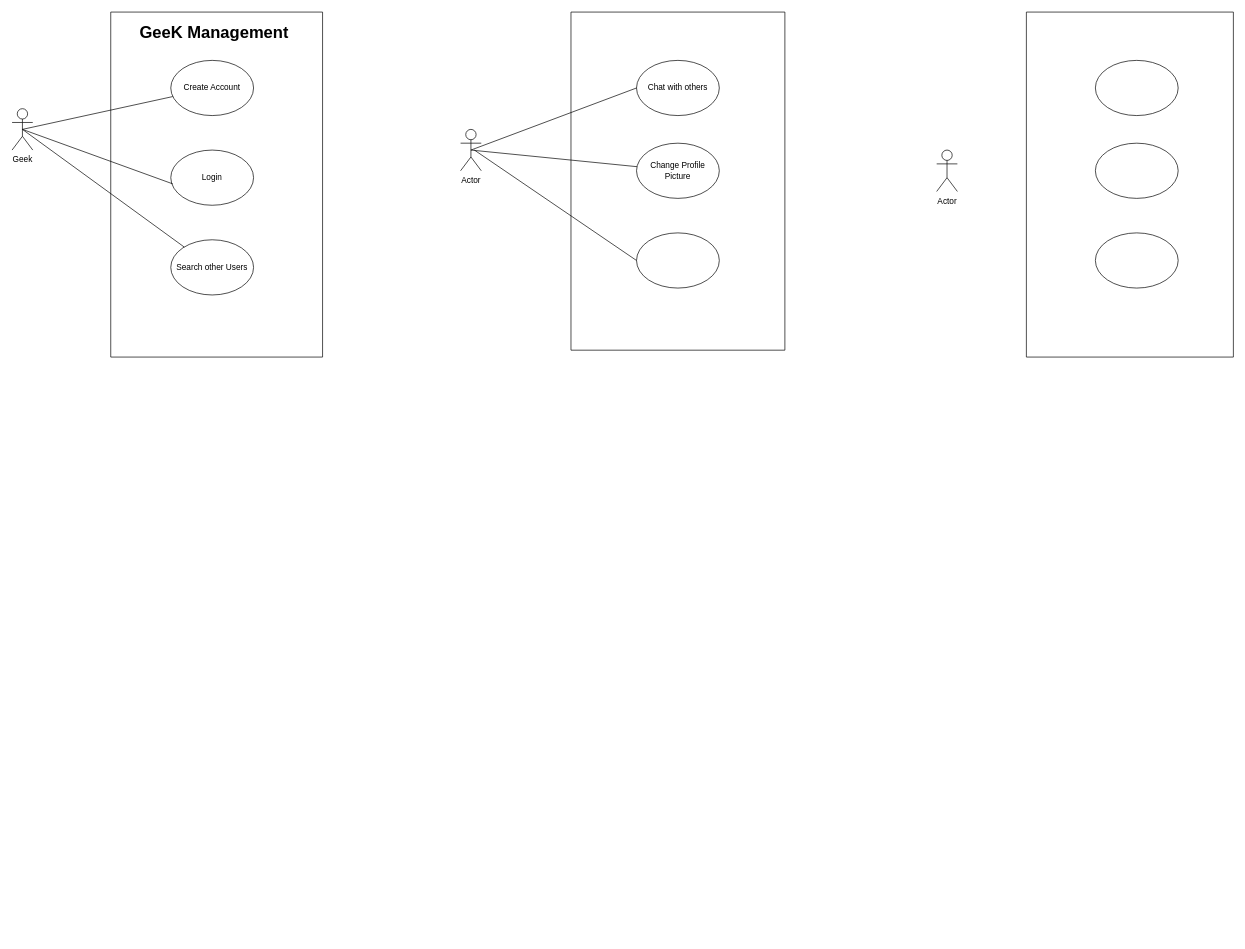
This is Deliverable_One.drawio from Keikantswe/Deliverable_One, a draw.io file, before an edit. Source tidied: cells renumbered, new cells numbered last; positions are measured from the earlier drawing's top-left corner, leaving out a move shared by most shapes. Both pictures are drawn from the tidied source at 69%, with x=0, y=0 at pixel (12, 12).
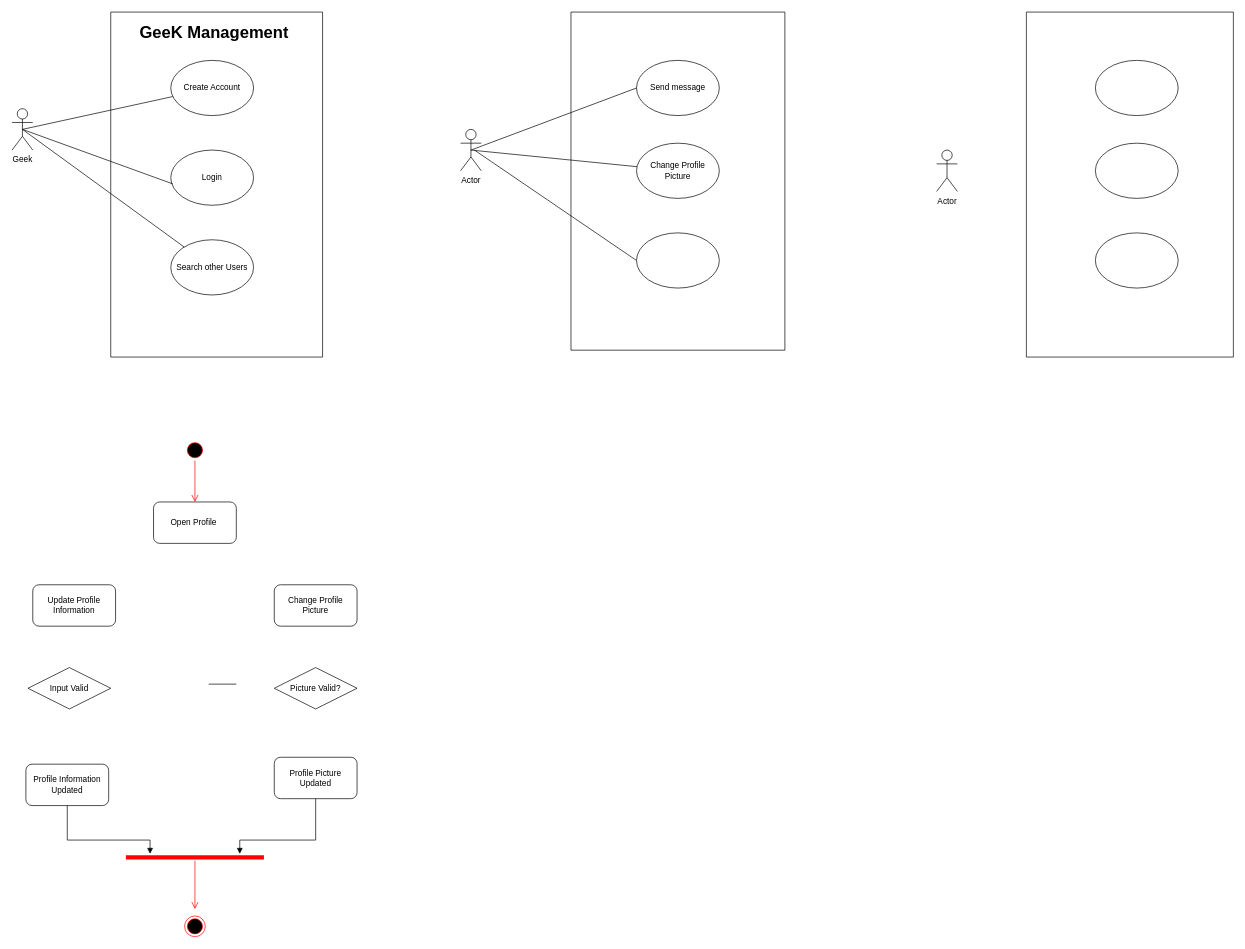
Above is the later version.

Unchanged cells that the change refers to:
```xml
<mxCell id="12" style="swimlane;startSize=0;" parent="1" vertex="1">
  <mxGeometry x="810" width="310" height="490" as="geometry" />
</mxCell>
```

Diff of the diagram source:
```diff
@@
-    <mxCell id="13" value="Chat with others" style="ellipse;whiteSpace=wrap;html=1;" parent="12" vertex="1">
+    <mxCell id="13" value="Send message" style="ellipse;whiteSpace=wrap;html=1;" parent="12" vertex="1">
       <mxGeometry x="95" y="70" width="120" height="80" as="geometry" />
     </mxCell>
@@
+    <mxCell id="24" style="ellipse;html=1;shape=startState;fillColor=#000000;strokeColor=#ff0000;" parent="1" vertex="1">
+      <mxGeometry x="250" y="620" width="30" height="30" as="geometry" />
+    </mxCell>
+    <mxCell id="25" style="edgeStyle=orthogonalEdgeStyle;html=1;verticalAlign=bottom;endArrow=open;endSize=8;strokeColor=#ff0000;rounded=0;" parent="1" edge="1" source="24">
+      <mxGeometry relative="1" as="geometry">
+        <mxPoint x="265" y="710" as="targetPoint" />
+      </mxGeometry>
+    </mxCell>
+    <mxCell id="26" value="Open Profile&amp;nbsp;" style="rounded=1;whiteSpace=wrap;html=1;" parent="1" vertex="1">
+      <mxGeometry x="205" y="710" width="120" height="60" as="geometry" />
+    </mxCell>
+    <mxCell id="27" value="Update Profile Information" style="rounded=1;whiteSpace=wrap;html=1;" parent="1" vertex="1">
+      <mxGeometry x="30" y="830" width="120" height="60" as="geometry" />
+    </mxCell>
+    <mxCell id="28" value="Change Profile Picture" style="rounded=1;whiteSpace=wrap;html=1;" parent="1" vertex="1">
+      <mxGeometry x="380" y="830" width="120" height="60" as="geometry" />
+    </mxCell>
+    <mxCell id="29" value="Profile Picture Updated" style="rounded=1;whiteSpace=wrap;html=1;" parent="1" vertex="1">
+      <mxGeometry x="380" y="1080" width="120" height="60" as="geometry" />
+    </mxCell>
+    <mxCell id="30" value="Profile Information Updated" style="rounded=1;whiteSpace=wrap;html=1;" parent="1" vertex="1">
+      <mxGeometry x="20" y="1090" width="120" height="60" as="geometry" />
+    </mxCell>
+    <mxCell id="31" value="Picture Valid?" style="shape=rhombus;perimeter=rhombusPerimeter;whiteSpace=wrap;html=1;align=center;" parent="1" vertex="1">
+      <mxGeometry x="380" y="950" width="120" height="60" as="geometry" />
+    </mxCell>
+    <mxCell id="32" value="Input Valid" style="shape=rhombus;perimeter=rhombusPerimeter;whiteSpace=wrap;html=1;align=center;" parent="1" vertex="1">
+      <mxGeometry x="23" y="950" width="120" height="60" as="geometry" />
+    </mxCell>
+    <mxCell id="33" style="shape=line;html=1;strokeWidth=6;strokeColor=#ff0000;" parent="1" vertex="1">
+      <mxGeometry x="165" y="1220" width="200" height="10" as="geometry" />
+    </mxCell>
+    <mxCell id="34" style="edgeStyle=orthogonalEdgeStyle;html=1;verticalAlign=bottom;endArrow=open;endSize=8;strokeColor=#ff0000;rounded=0;" parent="1" edge="1" source="33">
+      <mxGeometry relative="1" as="geometry">
+        <mxPoint x="265" y="1300" as="targetPoint" />
+      </mxGeometry>
+    </mxCell>
+    <mxCell id="35" style="html=1;verticalAlign=bottom;endArrow=block;curved=0;rounded=0;exitX=0.5;exitY=1;exitDx=0;exitDy=0;" parent="1" edge="1" source="30">
+      <mxGeometry relative="1" as="geometry">
+        <mxPoint x="200" y="1220" as="targetPoint" />
+        <Array as="points">
+          <mxPoint x="80" y="1200" />
+          <mxPoint x="200" y="1200" />
+        </Array>
+      </mxGeometry>
+    </mxCell>
+    <mxCell id="36" style="html=1;verticalAlign=bottom;endArrow=block;curved=0;rounded=0;exitX=0.5;exitY=1;exitDx=0;exitDy=0;" parent="1" edge="1" source="29">
+      <mxGeometry relative="1" as="geometry">
+        <mxPoint x="330" y="1220" as="targetPoint" />
+        <Array as="points">
+          <mxPoint x="440" y="1200" />
+          <mxPoint x="330" y="1200" />
+        </Array>
+      </mxGeometry>
+    </mxCell>
+    <mxCell id="37" style="ellipse;html=1;shape=endState;fillColor=#000000;strokeColor=#ff0000;" parent="1" vertex="1">
+      <mxGeometry x="250" y="1310" width="30" height="30" as="geometry" />
+    </mxCell>
+    <mxCell id="38" style="line;strokeWidth=1;fillColor=none;align=left;verticalAlign=middle;spacingTop=-1;spacingLeft=3;spacingRight=3;labelPosition=right;strokeColor=inherit;" parent="1" vertex="1">
+      <mxGeometry x="285" y="970" width="40" height="8" as="geometry" />
+    </mxCell>
```
